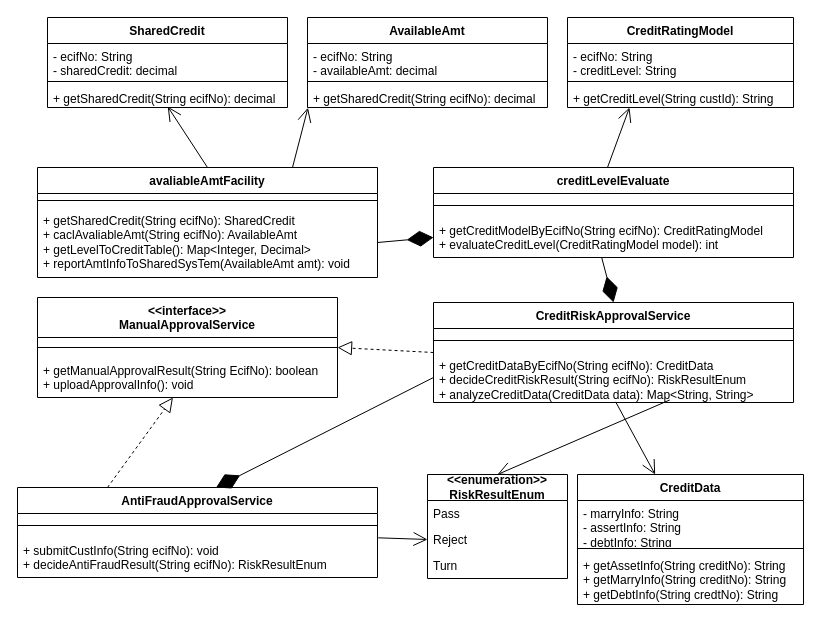
wuxiao-web/graduationThesis keeps this draw.io diagram as 授信额度审批-.drawio. Above is the earlier version. Source tidied: cells renumbered, new cells numbered last; positions are measured from the earlier drawing's top-left corner, leaving out a move shared by most shapes. Both pictures are drawn from the tidied source at 100%, with x=0, y=0 at pixel (17, 17).
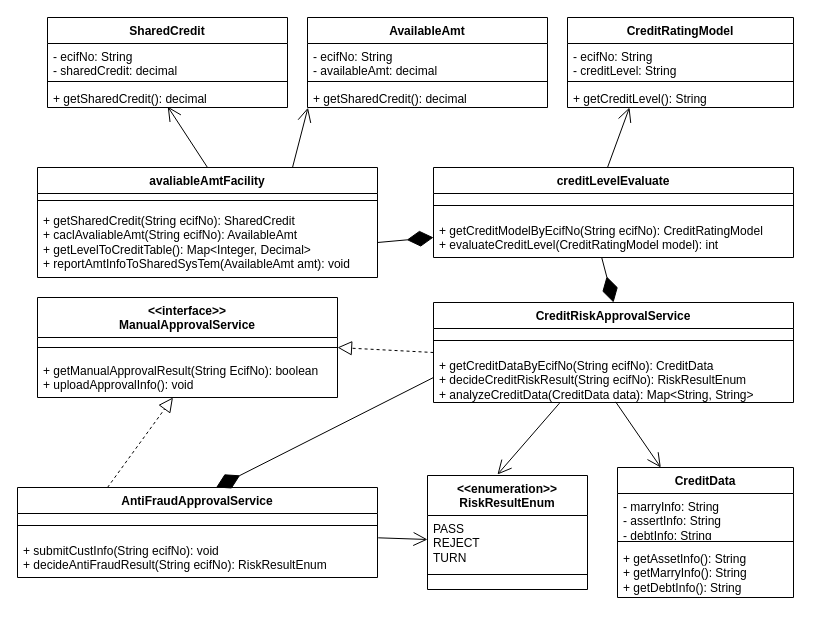
Above is the later version.

Commit message:
更新授信额度审批-.drawio

Unchanged cells that the change refers to:
```xml
<mxCell id="5" value="SharedCredit" style="swimlane;fontStyle=1;align=center;verticalAlign=top;horizontal=1;startSize=26;whiteSpace=wrap;html=1;" parent="1" vertex="1">
  <mxGeometry x="30" width="240" height="90" as="geometry" />
</mxCell>
<mxCell id="13" value="AvailableAmt" style="swimlane;fontStyle=1;align=center;verticalAlign=top;horizontal=1;startSize=26;whiteSpace=wrap;html=1;" parent="1" vertex="1">
  <mxGeometry x="290" width="240" height="90" as="geometry" />
</mxCell>
<mxCell id="18" value="CreditRatingModel" style="swimlane;fontStyle=1;align=center;verticalAlign=top;horizontal=1;startSize=26;whiteSpace=wrap;html=1;" parent="1" vertex="1">
  <mxGeometry x="550" width="226" height="90" as="geometry" />
</mxCell>
<mxCell id="26" value="+ getCreditDataByEcifNo(String ecifNo): CreditData&lt;br&gt;+ decideCreditRiskResult(String ecifNo): RiskResultEnum&lt;br&gt;+ analyzeCreditData(CreditData data): Map&amp;lt;String, String&amp;gt;" style="text;strokeColor=none;fillColor=none;align=left;verticalAlign=top;spacingLeft=4;spacingRight=4;overflow=hidden;points=[[0,0.5],[1,0.5]];portConstraint=eastwest;whiteSpace=wrap;html=1;" parent="24" vertex="1">
  <mxGeometry y="50" width="360" height="50" as="geometry" />
</mxCell>
<mxCell id="44" value="+ submitCustInfo(String ecifNo): void&lt;br&gt;+ decideAntiFraudResult(String ecifNo): RiskResultEnum" style="text;strokeColor=none;fillColor=none;align=left;verticalAlign=top;spacingLeft=4;spacingRight=4;overflow=hidden;points=[[0,0.5],[1,0.5]];portConstraint=eastwest;whiteSpace=wrap;html=1;" parent="42" vertex="1">
  <mxGeometry y="50" width="360" height="40" as="geometry" />
</mxCell>
```

The edit, as a diff of the source:
```diff
@@
-    <mxCell id="8" value="+ getSharedCredit(String ecifNo): decimal&lt;br&gt;" style="text;strokeColor=none;fillColor=none;align=left;verticalAlign=top;spacingLeft=4;spacingRight=4;overflow=hidden;points=[[0,0.5],[1,0.5]];portConstraint=eastwest;whiteSpace=wrap;html=1;" parent="5" vertex="1">
+    <mxCell id="8" value="+ getSharedCredit(): decimal" style="text;strokeColor=none;fillColor=none;align=left;verticalAlign=top;spacingLeft=4;spacingRight=4;overflow=hidden;points=[[0,0.5],[1,0.5]];portConstraint=eastwest;whiteSpace=wrap;html=1;" parent="5" vertex="1">
       <mxGeometry y="68" width="240" height="22" as="geometry" />
     </mxCell>
@@
-    <mxCell id="16" value="+ getSharedCredit(String ecifNo): decimal&lt;br&gt;" style="text;strokeColor=none;fillColor=none;align=left;verticalAlign=top;spacingLeft=4;spacingRight=4;overflow=hidden;points=[[0,0.5],[1,0.5]];portConstraint=eastwest;whiteSpace=wrap;html=1;" parent="13" vertex="1">
+    <mxCell id="16" value="+ getSharedCredit(): decimal" style="text;strokeColor=none;fillColor=none;align=left;verticalAlign=top;spacingLeft=4;spacingRight=4;overflow=hidden;points=[[0,0.5],[1,0.5]];portConstraint=eastwest;whiteSpace=wrap;html=1;" parent="13" vertex="1">
       <mxGeometry y="68" width="240" height="22" as="geometry" />
     </mxCell>
@@
-    <mxCell id="21" value="+ getCreditLevel(String custId): String&lt;br&gt;" style="text;strokeColor=none;fillColor=none;align=left;verticalAlign=top;spacingLeft=4;spacingRight=4;overflow=hidden;whiteSpace=wrap;html=1;" parent="18" vertex="1">
+    <mxCell id="21" value="+ getCreditLevel(): String" style="text;strokeColor=none;fillColor=none;align=left;verticalAlign=top;spacingLeft=4;spacingRight=4;overflow=hidden;whiteSpace=wrap;html=1;" parent="18" vertex="1">
       <mxGeometry y="68" width="226" height="22" as="geometry" />
     </mxCell>
@@
-    <mxCell id="31" value="&lt;b&gt;&amp;lt;&amp;lt;enumeration&amp;gt;&amp;gt;&lt;br&gt;RiskResultEnum&lt;/b&gt;" style="swimlane;fontStyle=0;horizontal=1;startSize=26;fillColor=none;whiteSpace=wrap;html=1;" parent="1" vertex="1">
-      <mxGeometry x="410" y="457" width="140" height="104" as="geometry" />
-    </mxCell>
-    <mxCell id="32" value="Pass" style="text;strokeColor=none;fillColor=none;align=left;verticalAlign=top;spacingLeft=4;spacingRight=4;overflow=hidden;whiteSpace=wrap;html=1;" parent="31" vertex="1">
-      <mxGeometry y="26" width="140" height="26" as="geometry" />
-    </mxCell>
-    <mxCell id="33" value="Reject" style="text;strokeColor=none;fillColor=none;align=left;verticalAlign=top;spacingLeft=4;spacingRight=4;overflow=hidden;points=[[0,0.5],[1,0.5]];portConstraint=eastwest;whiteSpace=wrap;html=1;" parent="31" vertex="1">
-      <mxGeometry y="52" width="140" height="26" as="geometry" />
-    </mxCell>
-    <mxCell id="34" value="Turn" style="text;strokeColor=none;fillColor=none;align=left;verticalAlign=top;spacingLeft=4;spacingRight=4;overflow=hidden;whiteSpace=wrap;html=1;" parent="31" vertex="1">
-      <mxGeometry y="78" width="140" height="26" as="geometry" />
-    </mxCell>
-    <mxCell id="35" style="endArrow=open;endFill=1;endSize=12;html=1;rounded=0;entryX=0.5;entryY=0;entryDx=0;entryDy=0;exitX=0.656;exitY=0.95;exitDx=0;exitDy=0;exitPerimeter=0;" parent="1" edge="1" source="26" target="31">
-      <mxGeometry relative="1" as="geometry" />
+    <mxCell id="35" style="endArrow=open;endFill=1;endSize=12;html=1;rounded=0;entryX=0.5;entryY=0;entryDx=0;entryDy=0;exitX=0.35;exitY=1.013;exitDx=0;exitDy=0;exitPerimeter=0;" parent="1" edge="1" source="26">
+      <mxGeometry relative="1" as="geometry">
+        <mxPoint x="480" y="457" as="targetPoint" />
+      </mxGeometry>
     </mxCell>
@@
     <mxCell id="37" value="CreditData" style="swimlane;fontStyle=1;align=center;verticalAlign=top;horizontal=1;startSize=26;whiteSpace=wrap;html=1;" parent="1" vertex="1">
-      <mxGeometry x="560" y="457" width="226" height="130" as="geometry" />
+      <mxGeometry x="600" y="450" width="176" height="130" as="geometry" />
     </mxCell>
     <mxCell id="38" value="- marryInfo: String&lt;br&gt;- assertInfo: String&lt;br&gt;- debtInfo: String" style="text;strokeColor=none;fillColor=none;align=left;verticalAlign=top;spacingLeft=4;spacingRight=4;overflow=hidden;whiteSpace=wrap;html=1;" parent="37" vertex="1">
-      <mxGeometry y="26" width="226" height="44" as="geometry" />
+      <mxGeometry y="26" width="176" height="44" as="geometry" />
     </mxCell>
     <mxCell id="39" style="line;strokeWidth=1;fillColor=none;align=left;verticalAlign=middle;spacingTop=-1;spacingLeft=3;spacingRight=3;labelPosition=right;strokeColor=inherit;" parent="37" vertex="1">
-      <mxGeometry y="70" width="226" height="8" as="geometry" />
+      <mxGeometry y="70" width="176" height="8" as="geometry" />
     </mxCell>
-    <mxCell id="40" value="+ getAssetInfo(String creditNo): String&lt;br&gt;+ getMarryInfo(String creditNo): String&lt;br&gt;+ getDebtInfo(String credtNo): String" style="text;strokeColor=none;fillColor=none;align=left;verticalAlign=top;spacingLeft=4;spacingRight=4;overflow=hidden;whiteSpace=wrap;html=1;" parent="37" vertex="1">
-      <mxGeometry y="78" width="226" height="52" as="geometry" />
+    <mxCell id="40" value="+ getAssetInfo(): String&lt;br&gt;+ getMarryInfo(): String&lt;br&gt;+ getDebtInfo(): String" style="text;strokeColor=none;fillColor=none;align=left;verticalAlign=top;spacingLeft=4;spacingRight=4;overflow=hidden;whiteSpace=wrap;html=1;" parent="37" vertex="1">
+      <mxGeometry y="78" width="176" height="52" as="geometry" />
     </mxCell>
@@
-    <mxCell id="47" style="endArrow=open;endFill=1;endSize=12;html=1;rounded=0;entryX=0;entryY=0.5;entryDx=0;entryDy=0;exitX=1.002;exitY=0.008;exitDx=0;exitDy=0;exitPerimeter=0;" parent="1" edge="1" source="44" target="33">
-      <mxGeometry relative="1" as="geometry" />
+    <mxCell id="47" style="endArrow=open;endFill=1;endSize=12;html=1;rounded=0;entryX=0;entryY=0.5;entryDx=0;entryDy=0;exitX=1.002;exitY=0.008;exitDx=0;exitDy=0;exitPerimeter=0;" parent="1" edge="1" source="44">
+      <mxGeometry relative="1" as="geometry">
+        <mxPoint x="410" y="522" as="targetPoint" />
+      </mxGeometry>
     </mxCell>
+    <mxCell id="31" value="&lt;b style=&quot;border-color: var(--border-color);&quot;&gt;&amp;lt;&amp;lt;enumeration&amp;gt;&amp;gt;&lt;br style=&quot;border-color: var(--border-color);&quot;&gt;RiskResultEnum&lt;/b&gt;" style="swimlane;fontStyle=1;align=center;verticalAlign=top;horizontal=1;startSize=40;whiteSpace=wrap;html=1;" parent="1" vertex="1">
+      <mxGeometry x="410" y="458" width="160" height="114" as="geometry" />
+    </mxCell>
+    <mxCell id="48" value="PASS&lt;br&gt;REJECT&lt;br&gt;TURN" style="text;strokeColor=none;fillColor=none;align=left;verticalAlign=top;spacingLeft=4;spacingRight=4;overflow=hidden;whiteSpace=wrap;html=1;" parent="31" vertex="1">
+      <mxGeometry y="40" width="160" height="44" as="geometry" />
+    </mxCell>
+    <mxCell id="49" style="line;strokeWidth=1;fillColor=none;align=left;verticalAlign=middle;spacingTop=-1;spacingLeft=3;spacingRight=3;labelPosition=right;strokeColor=inherit;" parent="31" vertex="1">
+      <mxGeometry y="84" width="160" height="30" as="geometry" />
+    </mxCell>
```
